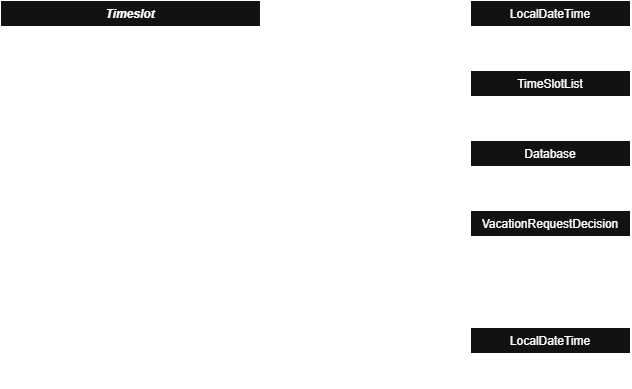
Chrisslue/bpmn keeps this draw.io diagram as doc/sleProject/img/CD.png. Above is the earlier version. Source tidied: cells renumbered, new cells last; positions are measured from the earlier drawing's top-left corner, leaving out a move shared by most shapes. Its diagram source:
```xml
<mxGraphModel>
  <root>
    <mxCell id="0" />
    <mxCell id="1" parent="0" />
    <mxCell id="2" value="Timeslot" style="swimlane;fontStyle=3;align=center;verticalAlign=top;horizontal=1;startSize=26;rounded=0;shadow=0;strokeWidth=1;" parent="1" vertex="1">
      <mxGeometry width="260" height="249" as="geometry" />
    </mxCell>
    <mxCell id="3" value="+ startTime: LocalDateTime" style="text;align=left;verticalAlign=top;spacingLeft=4;spacingRight=4;overflow=hidden;" parent="2" vertex="1">
      <mxGeometry y="26" width="260" height="26" as="geometry" />
    </mxCell>
    <mxCell id="4" value="+ project: String" style="text;align=left;verticalAlign=top;spacingLeft=4;spacingRight=4;overflow=hidden;rounded=0;shadow=0;html=0;" parent="2" vertex="1">
      <mxGeometry y="52" width="260" height="26" as="geometry" />
    </mxCell>
    <mxCell id="5" value="+ workPackage: String" style="text;align=left;verticalAlign=top;spacingLeft=4;spacingRight=4;overflow=hidden;rounded=0;shadow=0;html=0;" parent="2" vertex="1">
      <mxGeometry y="78" width="260" height="26" as="geometry" />
    </mxCell>
    <mxCell id="6" style="line;html=1;strokeWidth=1;align=left;verticalAlign=middle;spacingTop=-1;spacingLeft=3;spacingRight=3;labelPosition=right;" parent="2" vertex="1">
      <mxGeometry y="104" width="260" height="8" as="geometry" />
    </mxCell>
    <mxCell id="7" value="+ hasEndTime(): boolean" style="text;align=left;verticalAlign=top;spacingLeft=4;spacingRight=4;overflow=hidden;rounded=0;shadow=0;html=0;" parent="2" vertex="1">
      <mxGeometry y="112" width="260" height="26" as="geometry" />
    </mxCell>
    <mxCell id="8" value="+ isVacation(): boolean" style="text;align=left;verticalAlign=top;spacingLeft=4;spacingRight=4;overflow=hidden;rounded=0;shadow=0;html=0;" parent="2" vertex="1">
      <mxGeometry y="138" width="260" height="26" as="geometry" />
    </mxCell>
    <mxCell id="9" value="+ endTimeBeforeStartTime(): boolean" style="text;align=left;verticalAlign=top;spacingLeft=4;spacingRight=4;overflow=hidden;rounded=0;shadow=0;html=0;" parent="2" vertex="1">
      <mxGeometry y="164" width="260" height="26" as="geometry" />
    </mxCell>
    <mxCell id="10" value="+ insufficientPermissions(): boolean" style="text;align=left;verticalAlign=top;spacingLeft=4;spacingRight=4;overflow=hidden;rounded=0;shadow=0;html=0;" parent="2" vertex="1">
      <mxGeometry y="190" width="260" height="26" as="geometry" />
    </mxCell>
    <mxCell id="11" value="+ durationGreaterThanTenHours(): boolean" style="text;align=left;verticalAlign=top;spacingLeft=4;spacingRight=4;overflow=hidden;rounded=0;shadow=0;html=0;" parent="2" vertex="1">
      <mxGeometry y="216" width="260" height="26" as="geometry" />
    </mxCell>
    <mxCell id="12" value="LocalDateTime" style="swimlane;fontStyle=0;align=center;verticalAlign=top;horizontal=1;startSize=26;rounded=0;shadow=0;strokeWidth=1;" parent="1" vertex="1">
      <mxGeometry x="470" width="160" height="39" as="geometry" />
    </mxCell>
    <mxCell id="13" style="line;html=1;strokeWidth=1;align=left;verticalAlign=middle;spacingTop=-1;spacingLeft=3;spacingRight=3;labelPosition=right;" parent="12" vertex="1">
      <mxGeometry y="26" width="160" height="8" as="geometry" />
    </mxCell>
    <mxCell id="14" style="endArrow=open;shadow=0;strokeWidth=1;rounded=0;curved=0;endFill=1;edgeStyle=elbowEdgeStyle;elbow=vertical;" parent="1" edge="1" source="2" target="12">
      <mxGeometry x="0.5" y="41" relative="1" as="geometry">
        <mxPoint x="-40" y="32" as="offset" />
      </mxGeometry>
    </mxCell>
    <mxCell id="15" value="1" style="align=left;verticalAlign=bottom;labelBackgroundColor=none;fontSize=12;" parent="14" vertex="1">
      <mxGeometry x="-1" relative="1" as="geometry">
        <mxPoint y="4" as="offset" />
      </mxGeometry>
    </mxCell>
    <mxCell id="16" value="0..1" style="align=right;verticalAlign=bottom;labelBackgroundColor=none;fontSize=12;" parent="14" vertex="1">
      <mxGeometry x="1" relative="1" as="geometry">
        <mxPoint x="-7" y="4" as="offset" />
      </mxGeometry>
    </mxCell>
    <mxCell id="17" value="endTime" style="text;html=1;align=center;verticalAlign=middle;labelBackgroundColor=none;rounded=0;shadow=0;strokeWidth=1;fontSize=12;" parent="14" vertex="1">
      <mxGeometry x="0.5" y="49" relative="1" as="geometry">
        <mxPoint x="-38" y="40" as="offset" />
      </mxGeometry>
    </mxCell>
    <mxCell id="18" value="TimeSlotList" style="swimlane;fontStyle=0;align=center;verticalAlign=top;horizontal=1;startSize=26;rounded=0;shadow=0;strokeWidth=1;" parent="1" vertex="1">
      <mxGeometry x="470" y="70" width="160" height="39" as="geometry" />
    </mxCell>
    <mxCell id="19" style="line;html=1;strokeWidth=1;align=left;verticalAlign=middle;spacingTop=-1;spacingLeft=3;spacingRight=3;labelPosition=right;" parent="18" vertex="1">
      <mxGeometry y="26" width="160" height="8" as="geometry" />
    </mxCell>
    <mxCell id="20" value="Database" style="swimlane;fontStyle=0;align=center;verticalAlign=top;horizontal=1;startSize=26;rounded=0;shadow=0;strokeWidth=1;" parent="1" vertex="1">
      <mxGeometry x="470" y="140" width="160" height="39" as="geometry" />
    </mxCell>
    <mxCell id="21" style="line;html=1;strokeWidth=1;align=left;verticalAlign=middle;spacingTop=-1;spacingLeft=3;spacingRight=3;labelPosition=right;" parent="20" vertex="1">
      <mxGeometry y="26" width="160" height="8" as="geometry" />
    </mxCell>
    <mxCell id="22" value="VacationRequestDecision" style="swimlane;fontStyle=0;align=center;verticalAlign=top;horizontal=1;startSize=26;rounded=0;shadow=0;strokeWidth=1;" parent="1" vertex="1">
      <mxGeometry x="470" y="210" width="160" height="86" as="geometry" />
    </mxCell>
    <mxCell id="23" value="+ approved: boolean" style="text;align=left;verticalAlign=top;spacingLeft=4;spacingRight=4;overflow=hidden;" parent="22" vertex="1">
      <mxGeometry y="26" width="160" height="26" as="geometry" />
    </mxCell>
    <mxCell id="24" style="line;html=1;strokeWidth=1;align=left;verticalAlign=middle;spacingTop=-1;spacingLeft=3;spacingRight=3;labelPosition=right;" parent="22" vertex="1">
      <mxGeometry y="52" width="160" height="8" as="geometry" />
    </mxCell>
    <mxCell id="25" value="+ isApproved(): boolean" style="text;align=left;verticalAlign=top;spacingLeft=4;spacingRight=4;overflow=hidden;rounded=0;shadow=0;html=0;" parent="22" vertex="1">
      <mxGeometry y="60" width="160" height="26" as="geometry" />
    </mxCell>
    <mxCell id="26" value="LocalDateTime" style="swimlane;fontStyle=0;align=center;verticalAlign=top;horizontal=1;startSize=26;rounded=0;shadow=0;strokeWidth=1;" parent="1" vertex="1">
      <mxGeometry x="470" y="327" width="160" height="60" as="geometry" />
    </mxCell>
    <mxCell id="27" value="+ message: String" style="text;align=left;verticalAlign=top;spacingLeft=4;spacingRight=4;overflow=hidden;" parent="26" vertex="1">
      <mxGeometry y="26" width="160" height="26" as="geometry" />
    </mxCell>
    <mxCell id="28" style="line;html=1;strokeWidth=1;align=left;verticalAlign=middle;spacingTop=-1;spacingLeft=3;spacingRight=3;labelPosition=right;" parent="26" vertex="1">
      <mxGeometry y="52" width="160" height="8" as="geometry" />
    </mxCell>
  </root>
</mxGraphModel>
```
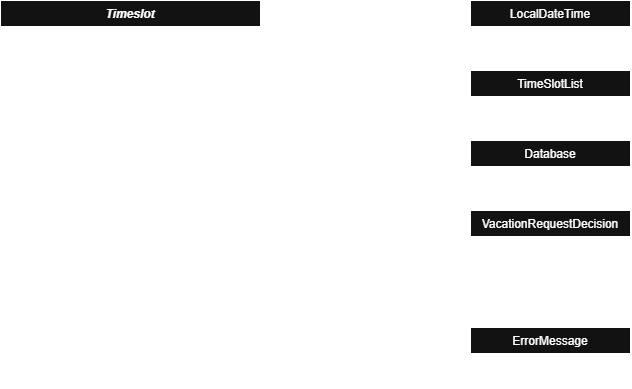
The same diagram one commit later.

The edit, as a diff of the source:
```diff
@@ -82,7 +82,7 @@
     <mxCell id="25" value="+ isApproved(): boolean" style="text;align=left;verticalAlign=top;spacingLeft=4;spacingRight=4;overflow=hidden;rounded=0;shadow=0;html=0;" parent="22" vertex="1">
       <mxGeometry y="60" width="160" height="26" as="geometry" />
     </mxCell>
-    <mxCell id="26" value="LocalDateTime" style="swimlane;fontStyle=0;align=center;verticalAlign=top;horizontal=1;startSize=26;rounded=0;shadow=0;strokeWidth=1;" parent="1" vertex="1">
+    <mxCell id="26" value="ErrorMessage" style="swimlane;fontStyle=0;align=center;verticalAlign=top;horizontal=1;startSize=26;rounded=0;shadow=0;strokeWidth=1;" parent="1" vertex="1">
       <mxGeometry x="470" y="327" width="160" height="60" as="geometry" />
     </mxCell>
     <mxCell id="27" value="+ message: String" style="text;align=left;verticalAlign=top;spacingLeft=4;spacingRight=4;overflow=hidden;" parent="26" vertex="1">
```
